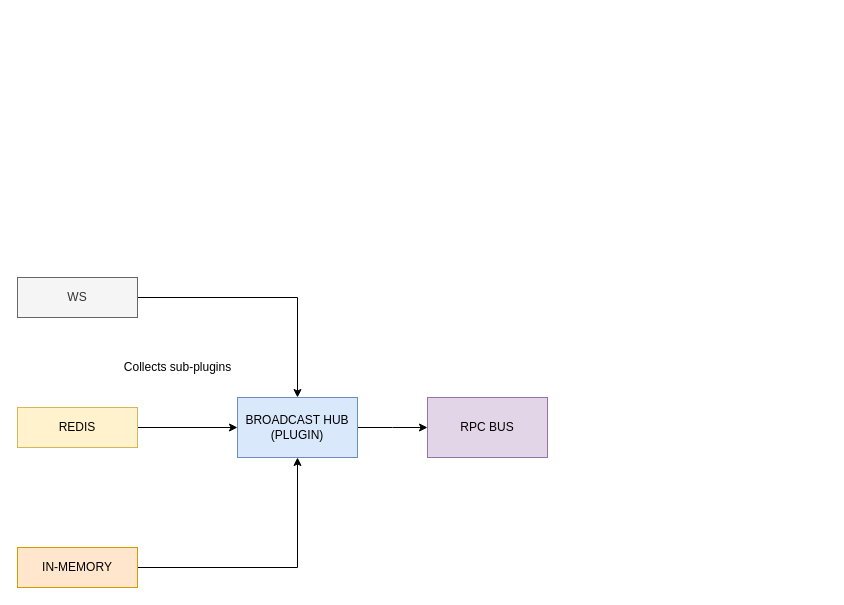
Earlier version of the draw.io diagram plugins/broadcast/doc/broadcast.drawio (roadrunner-server/roadrunner). Source tidied: cells renumbered, new cells numbered last; positions are measured from the earlier drawing's top-left corner, leaving out a move shared by most shapes. Both pictures are drawn from the tidied source at 100%, with x=0, y=0 at pixel (17, 277).
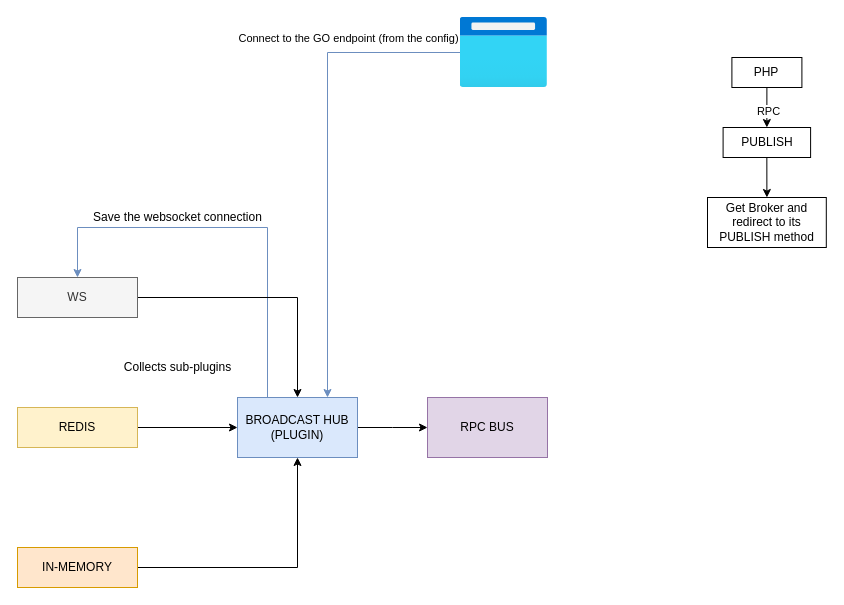
The same page after the edit.

The change refers to these unchanged cells:
```xml
<mxCell id="3" value="BROADCAST HUB (PLUGIN)" style="rounded=0;whiteSpace=wrap;html=1;fillColor=#dae8fc;strokeColor=#6c8ebf;" parent="1" vertex="1">
  <mxGeometry x="220" y="120" width="120" height="60" as="geometry" />
</mxCell>
<mxCell id="5" value="WS" style="rounded=0;whiteSpace=wrap;html=1;fillColor=#f5f5f5;strokeColor=#666666;fontColor=#333333;" parent="1" vertex="1">
  <mxGeometry width="120" height="40" as="geometry" />
</mxCell>
```

The edit, as a diff of the source:
```diff
@@
+    <mxCell id="12" style="edgeStyle=orthogonalEdgeStyle;rounded=0;jettySize=auto;html=1;exitX=0.25;exitY=0;exitDx=0;exitDy=0;entryX=0.5;entryY=0;entryDx=0;entryDy=0;fillColor=#dae8fc;strokeColor=#6c8ebf;" parent="1" edge="1" source="3" target="5">
+      <mxGeometry relative="1" as="geometry">
+        <Array as="points">
+          <mxPoint x="250" y="-50" />
+          <mxPoint x="60" y="-50" />
+        </Array>
+      </mxGeometry>
+    </mxCell>
@@
+    <mxCell id="13" style="edgeStyle=orthogonalEdgeStyle;rounded=0;jettySize=auto;html=1;entryX=0.75;entryY=0;entryDx=0;entryDy=0;fillColor=#dae8fc;strokeColor=#6c8ebf;" parent="1" edge="1" source="15" target="3">
+      <mxGeometry relative="1" as="geometry" />
+    </mxCell>
+    <mxCell id="14" value="Connect to the GO endpoint (from the config)" style="edgeLabel;html=1;align=center;verticalAlign=middle;" parent="13" vertex="1">
+      <mxGeometry x="-0.67" y="-2" relative="1" as="geometry">
+        <mxPoint x="-33.3" y="-13" as="offset" />
+      </mxGeometry>
+    </mxCell>
+    <mxCell id="15" style="html=1;points=[];align=center;image;fontSize=12;image=img/lib/azure2/general/Browser.svg;" parent="1" vertex="1">
+      <mxGeometry x="442.5" y="-260" width="87.5" height="70" as="geometry" />
+    </mxCell>
+    <mxCell id="16" style="edgeStyle=orthogonalEdgeStyle;rounded=0;jettySize=auto;html=1;exitX=0.5;exitY=1;exitDx=0;exitDy=0;entryX=0.5;entryY=0;entryDx=0;entryDy=0;" parent="1" edge="1" source="17" target="22">
+      <mxGeometry relative="1" as="geometry" />
+    </mxCell>
+    <mxCell id="17" value="PUBLISH" style="rounded=0;whiteSpace=wrap;html=1;" parent="1" vertex="1">
+      <mxGeometry x="705.6" y="-150" width="87.5" height="30" as="geometry" />
+    </mxCell>
+    <mxCell id="18" style="edgeStyle=orthogonalEdgeStyle;rounded=0;jettySize=auto;html=1;exitX=0.5;exitY=1;exitDx=0;exitDy=0;entryX=0.5;entryY=0;entryDx=0;entryDy=0;" parent="1" edge="1" source="20" target="17">
+      <mxGeometry relative="1" as="geometry" />
+    </mxCell>
+    <mxCell id="19" value="RPC" style="edgeLabel;html=1;align=center;verticalAlign=middle;" parent="18" vertex="1">
+      <mxGeometry x="0.14" y="1" relative="1" as="geometry" />
+    </mxCell>
+    <mxCell id="20" value="PHP" style="rounded=0;whiteSpace=wrap;html=1;" parent="1" vertex="1">
+      <mxGeometry x="714.4" y="-220" width="70" height="30" as="geometry" />
+    </mxCell>
+    <mxCell id="21" value="Save the websocket connection" style="text;html=1;align=center;verticalAlign=middle;" parent="1" vertex="1">
+      <mxGeometry x="70" y="-70" width="180" height="20" as="geometry" />
+    </mxCell>
+    <mxCell id="22" value="Get Broker and redirect to its PUBLISH method" style="rounded=0;whiteSpace=wrap;html=1;" parent="1" vertex="1">
+      <mxGeometry x="690" y="-80" width="118.8" height="50" as="geometry" />
+    </mxCell>
```
